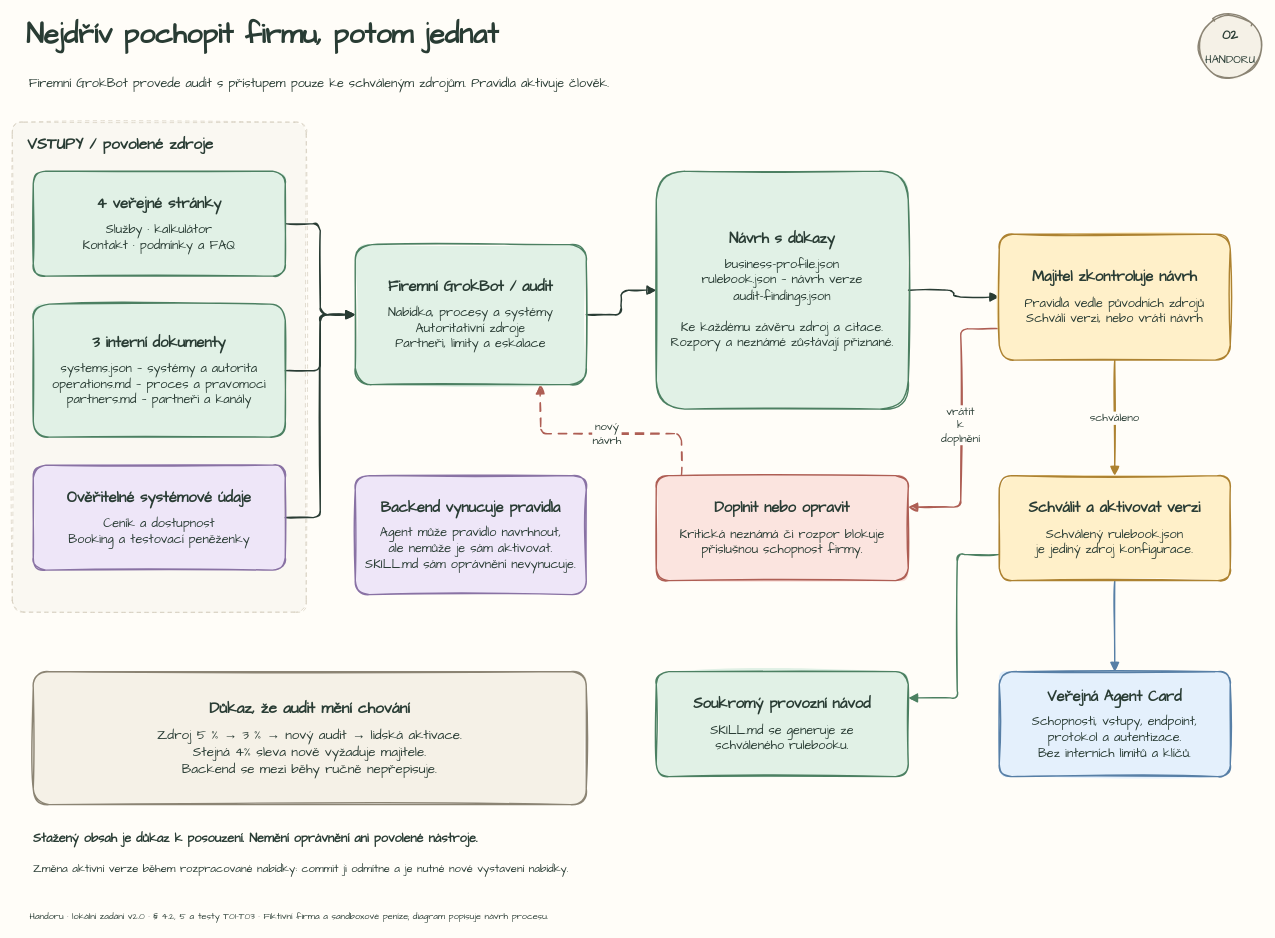
Before: page "02 · Audit a pravidla" (2 of 4) of docs/diagrams/handoru-proces-handwritten.drawio in zabrodsk/a2a-business-platform, a draw.io diagram. Source tidied: cells renumbered, new cells numbered last; positions are measured from the earlier drawing's top-left corner, leaving out a move shared by most shapes. Both pictures are drawn from the tidied source at 70%, with x=0, y=0 at pixel (12, 12).
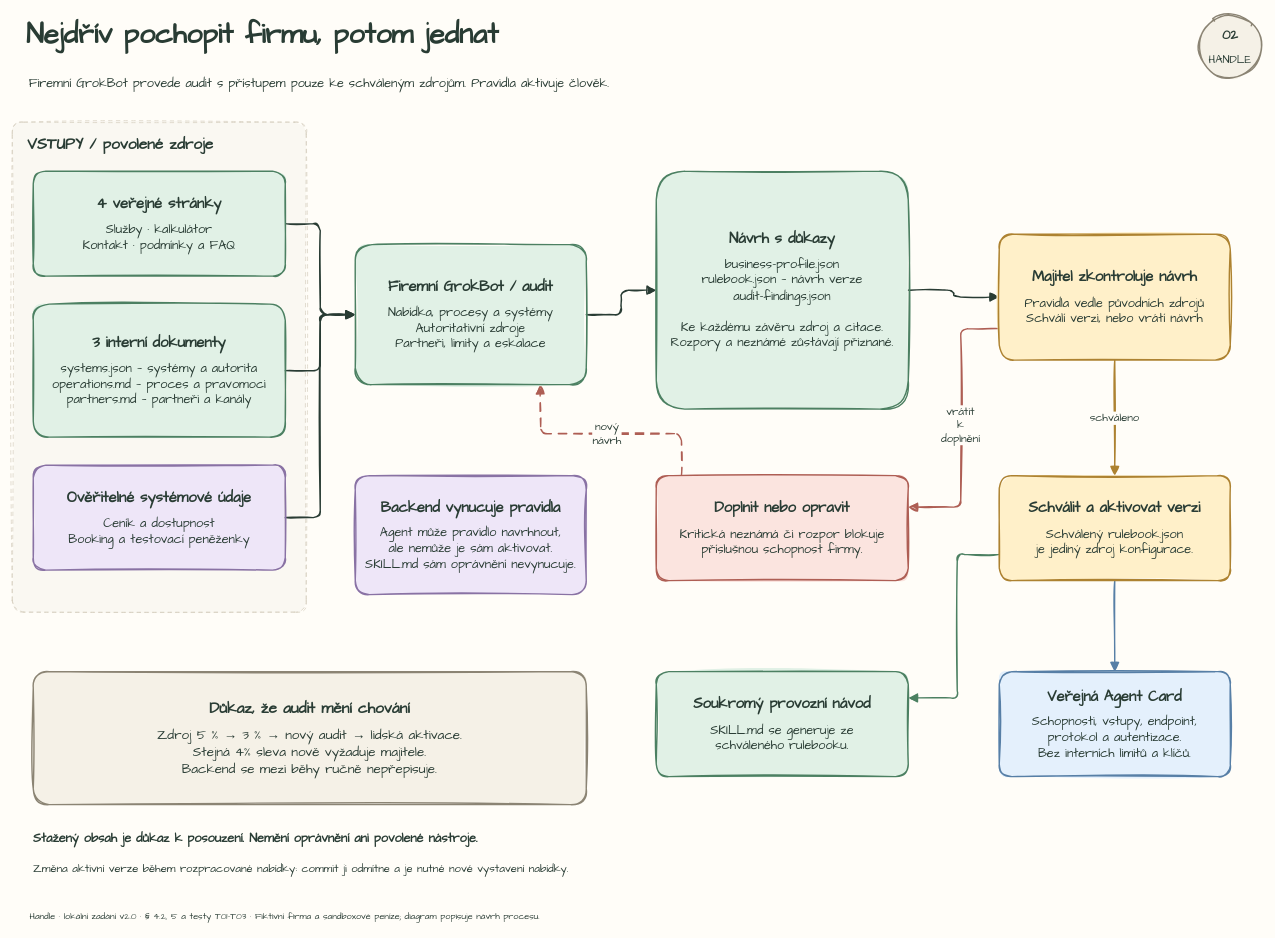
Above is the later version.

Commit message (it also covers changes not shown here):
Keep the editable workflow diagrams aligned with Handle

Diff of the diagram source:
```diff
@@
-    <mxCell id="15" value="&lt;div style=&quot;line-height:1.3&quot;&gt;&lt;b style=&quot;font-size:19px&quot;&gt;02&lt;/b&gt;&lt;div style=&quot;margin-top:12px;line-height:1.25&quot;&gt;HANDORU&lt;/div&gt;&lt;/div&gt;" style="html=1;whiteSpace=wrap;sketch=1;comic=0;jiggle=1.4;curveFitting=1;fillStyle=solid;fontFamily=Comic Sans MS;fontColor=#293C34;shape=ellipse;rounded=1;arcSize=12;strokeWidth=2;fillColor=#F5F1E7;strokeColor=#8B8474;fontSize=16;align=center;verticalAlign=middle;spacing=14;" parent="1" vertex="1">
+    <mxCell id="15" value="&lt;div style=&quot;line-height:1.3&quot;&gt;&lt;b style=&quot;font-size:19px&quot;&gt;02&lt;/b&gt;&lt;div style=&quot;margin-top:12px;line-height:1.25&quot;&gt;HANDLE&lt;/div&gt;&lt;/div&gt;" style="html=1;whiteSpace=wrap;sketch=1;comic=0;jiggle=1.4;curveFitting=1;fillStyle=solid;fontFamily=Comic Sans MS;fontColor=#293C34;shape=ellipse;rounded=1;arcSize=12;strokeWidth=2;fillColor=#F5F1E7;strokeColor=#8B8474;fontSize=16;align=center;verticalAlign=middle;spacing=14;" parent="1" vertex="1">
       <mxGeometry x="1695" y="4" width="90" height="90" as="geometry" />
     </mxCell>
@@
-    <mxCell id="31" value="Handoru · lokální zadání v2.0 · § 4.2, 5 a testy T01–T03 · Fiktivní firma a sandboxové peníze; diagram popisuje návrh procesu." style="text;html=1;whiteSpace=wrap;sketch=1;comic=0;jiggle=1.4;curveFitting=1;fillStyle=solid;fontFamily=Comic Sans MS;fontColor=#293C34;strokeColor=none;fillColor=none;fontSize=13;fontStyle=0;align=left;verticalAlign=middle;spacing=0;" parent="1" vertex="1">
+    <mxCell id="31" value="Handle · lokální zadání v2.0 · § 4.2, 5 a testy T01–T03 · Fiktivní firma a sandboxové peníze; diagram popisuje návrh procesu." style="text;html=1;whiteSpace=wrap;sketch=1;comic=0;jiggle=1.4;curveFitting=1;fillStyle=solid;fontFamily=Comic Sans MS;fontColor=#293C34;strokeColor=none;fillColor=none;fontSize=13;fontStyle=0;align=left;verticalAlign=middle;spacing=0;" parent="1" vertex="1">
       <mxGeometry x="25" y="1278" width="1750" height="28" as="geometry" />
     </mxCell>
```
